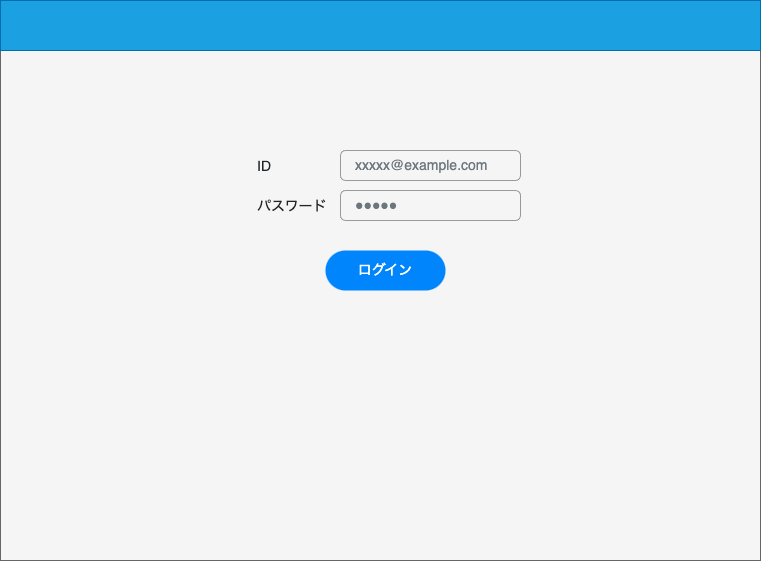
Above: screen_desgin/assets/login.drawio.png in kanorix/task_management_app (draw.io), before the change. Source tidied: cells renumbered, new cells last; positions are measured from the earlier drawing's top-left corner, leaving out a move shared by most shapes. The source it was exported from:
```xml
<mxGraphModel>
  <root>
    <mxCell id="0" />
    <mxCell id="1" parent="0" />
    <mxCell id="2" style="rounded=0;whiteSpace=wrap;html=1;fillColor=#f5f5f5;fontColor=#333333;strokeColor=#666666;" parent="1" vertex="1">
      <mxGeometry width="760" height="560" as="geometry" />
    </mxCell>
    <mxCell id="3" value="ログイン" style="rounded=1;whiteSpace=wrap;html=1;arcSize=50;strokeColor=none;strokeWidth=1;fillColor=#0085FC;fontColor=#FFFFFF;whiteSpace=wrap;align=center;verticalAlign=middle;spacingLeft=0;fontStyle=0;fontSize=14;spacing=10;" parent="1" vertex="1">
      <mxGeometry x="325" y="250" width="120" height="40" as="geometry" />
    </mxCell>
    <mxCell id="4" style="html=1;shadow=0;dashed=0;fillColor=#1ba1e2;strokeColor=#006EAF;fontSize=16;fontColor=#ffffff;align=left;spacing=15;rounded=0;" parent="1" vertex="1">
      <mxGeometry width="760" height="50" as="geometry" />
    </mxCell>
    <mxCell id="5" value="ID" style="fillColor=none;strokeColor=none;align=left;fontSize=14;fontColor=#212529;" parent="1" vertex="1">
      <mxGeometry x="255" y="150" width="130" height="30" as="geometry" />
    </mxCell>
    <mxCell id="6" value="xxxxx@example.com" style="html=1;shadow=0;dashed=0;shape=mxgraph.bootstrap.rrect;rSize=5;fillColor=none;strokeColor=#999999;align=left;spacing=15;fontSize=14;fontColor=#6C767D;" parent="1" vertex="1">
      <mxGeometry x="340" y="150" width="180" height="30" as="geometry" />
    </mxCell>
    <mxCell id="7" value="パスワード" style="fillColor=none;strokeColor=none;align=left;fontSize=14;fontColor=#212529;" parent="1" vertex="1">
      <mxGeometry x="255" y="190" width="130" height="30" as="geometry" />
    </mxCell>
    <mxCell id="8" value="●●●●●" style="html=1;shadow=0;dashed=0;shape=mxgraph.bootstrap.rrect;rSize=5;fillColor=none;strokeColor=#999999;align=left;spacing=15;fontSize=14;fontColor=#6C767D;" parent="1" vertex="1">
      <mxGeometry x="340" y="190" width="180" height="30" as="geometry" />
    </mxCell>
  </root>
</mxGraphModel>
```
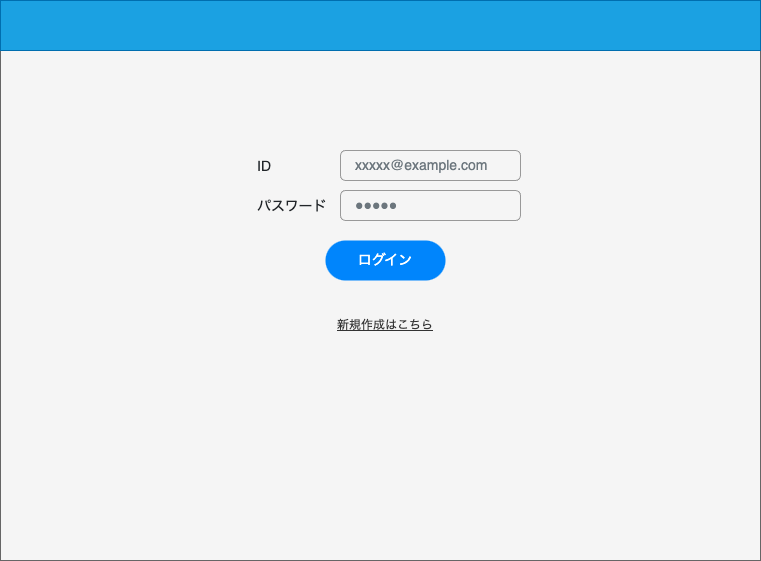
After the commit.

Change to the diagram source:
```diff
@@ -6,7 +6,7 @@
       <mxGeometry width="760" height="560" as="geometry" />
     </mxCell>
     <mxCell id="3" value="ログイン" style="rounded=1;whiteSpace=wrap;html=1;arcSize=50;strokeColor=none;strokeWidth=1;fillColor=#0085FC;fontColor=#FFFFFF;whiteSpace=wrap;align=center;verticalAlign=middle;spacingLeft=0;fontStyle=0;fontSize=14;spacing=10;" parent="1" vertex="1">
-      <mxGeometry x="325" y="250" width="120" height="40" as="geometry" />
+      <mxGeometry x="325" y="240" width="120" height="40" as="geometry" />
     </mxCell>
     <mxCell id="4" style="html=1;shadow=0;dashed=0;fillColor=#1ba1e2;strokeColor=#006EAF;fontSize=16;fontColor=#ffffff;align=left;spacing=15;rounded=0;" parent="1" vertex="1">
       <mxGeometry width="760" height="50" as="geometry" />
@@ -23,5 +23,8 @@
     <mxCell id="8" value="●●●●●" style="html=1;shadow=0;dashed=0;shape=mxgraph.bootstrap.rrect;rSize=5;fillColor=none;strokeColor=#999999;align=left;spacing=15;fontSize=14;fontColor=#6C767D;" parent="1" vertex="1">
       <mxGeometry x="340" y="190" width="180" height="30" as="geometry" />
     </mxCell>
+    <mxCell id="9" value="新規作成はこちら" style="text;html=1;strokeColor=none;fillColor=none;align=center;verticalAlign=middle;whiteSpace=wrap;rounded=0;fontColor=#333333;fontStyle=4;" parent="1" vertex="1">
+      <mxGeometry x="295" y="310" width="180" height="30" as="geometry" />
+    </mxCell>
   </root>
 </mxGraphModel>
```
